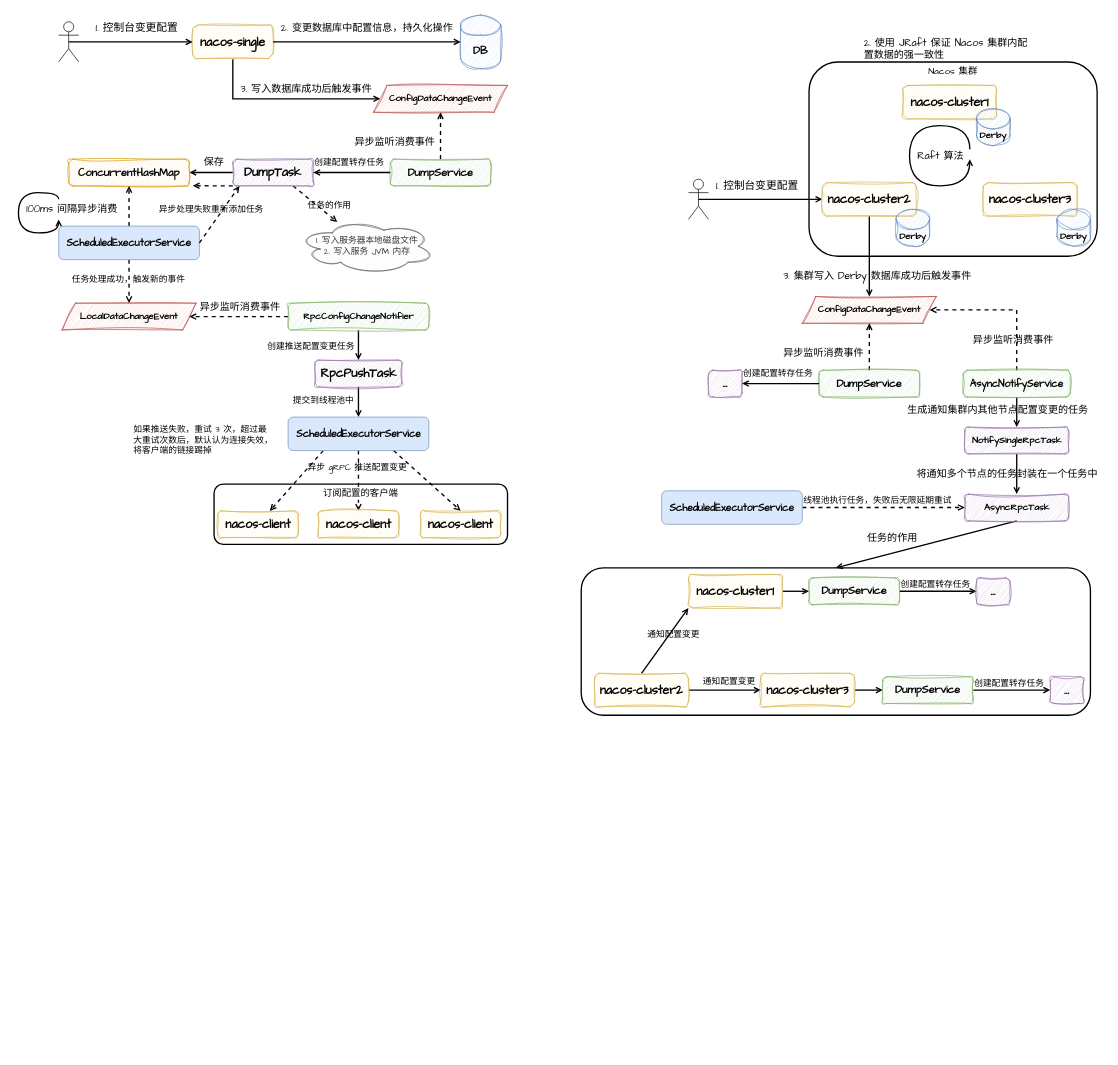
The draw.io diagram readme-doc/conf/nacos.drawio in FangYuan33/nacos, before the edit. Source tidied: cells renumbered, new cells numbered last; positions are measured from the earlier drawing's top-left corner, leaving out a move shared by most shapes. Both pictures are drawn from the tidied source at 67%, with x=0, y=0 at pixel (11, 11).
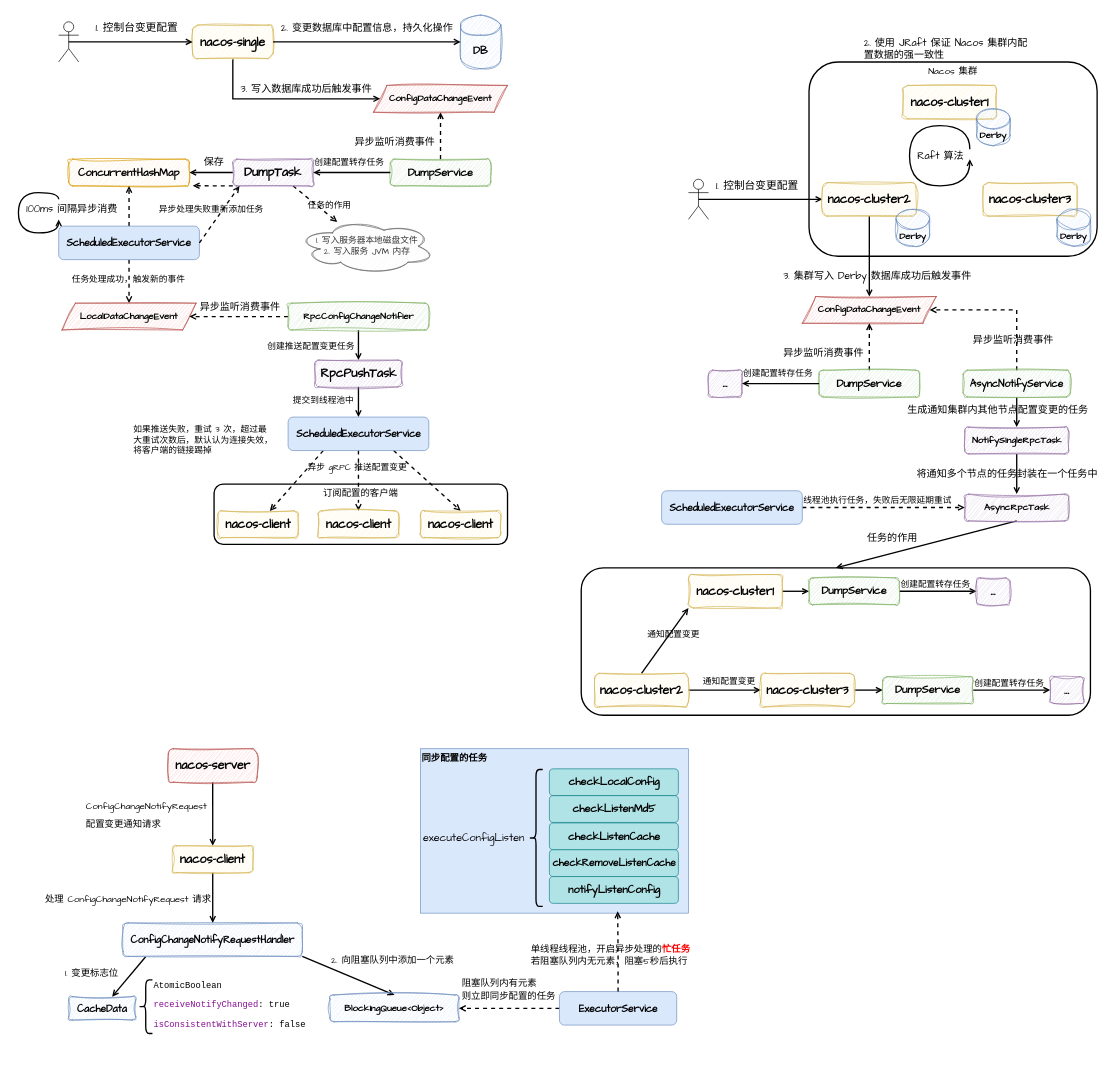
After the change.

The edit, as a diff of the source:
```diff
@@
+    <mxCell id="108" style="rounded=0;whiteSpace=wrap;html=1;strokeColor=none;" parent="1" vertex="1">
+      <mxGeometry x="40" y="1080" width="980" height="450" as="geometry" />
+    </mxCell>
@@
+    <mxCell id="109" style="edgeStyle=orthogonalEdgeStyle;shape=connector;rounded=0;jettySize=auto;html=1;exitX=0.5;exitY=1;exitDx=0;exitDy=0;entryX=0.5;entryY=0;entryDx=0;entryDy=0;strokeColor=default;strokeWidth=2;align=center;verticalAlign=middle;fontFamily=Helvetica;fontSize=11;fontColor=default;labelBackgroundColor=default;endArrow=open;endFill=0;" parent="1" edge="1" source="110" target="112">
+      <mxGeometry relative="1" as="geometry" />
+    </mxCell>
+    <mxCell id="110" value="&lt;div&gt;&lt;pre style=&quot;&quot;&gt;&lt;span&gt;&lt;font face=&quot;Comic Sans MS&quot; style=&quot;color: rgb(0, 0, 0); font-size: 18px;&quot;&gt;&lt;b style=&quot;&quot;&gt;nacos-server&lt;/b&gt;&lt;/font&gt;&lt;/span&gt;&lt;/pre&gt;&lt;/div&gt;" style="rounded=1;whiteSpace=wrap;html=1;fontFamily=Helvetica;fontSize=11;labelBackgroundColor=none;fillColor=#f8cecc;strokeColor=#b85450;sketch=1;curveFitting=1;jiggle=2;" parent="1" vertex="1">
+      <mxGeometry x="233.7" y="1100" width="132.5" height="50" as="geometry" />
+    </mxCell>
+    <mxCell id="111" style="edgeStyle=orthogonalEdgeStyle;shape=connector;rounded=0;jettySize=auto;html=1;exitX=0.5;exitY=1;exitDx=0;exitDy=0;strokeColor=default;strokeWidth=2;align=center;verticalAlign=middle;fontFamily=Helvetica;fontSize=11;fontColor=default;labelBackgroundColor=default;endArrow=open;endFill=0;" parent="1" edge="1" source="112" target="116">
+      <mxGeometry relative="1" as="geometry" />
+    </mxCell>
+    <mxCell id="112" value="&lt;b style=&quot;border-color: var(--border-color); font-size: 18px;&quot;&gt;&lt;font face=&quot;Comic Sans MS&quot;&gt;nacos-client&lt;/font&gt;&lt;/b&gt;" style="rounded=1;whiteSpace=wrap;html=1;fillColor=#fff2cc;strokeColor=#d6b656;sketch=1;curveFitting=1;jiggle=2;" parent="1" vertex="1">
+      <mxGeometry x="240" y="1245" width="120" height="40" as="geometry" />
+    </mxCell>
+    <mxCell id="113" value="&lt;pre style=&quot;&quot;&gt;&lt;span&gt;&lt;font face=&quot;Comic Sans MS&quot; style=&quot;font-size: 14px; color: rgb(0, 0, 0);&quot;&gt;ConfigChangeNotifyRequest&lt;/font&gt;&lt;/span&gt;&lt;/pre&gt;&lt;pre style=&quot;&quot;&gt;&lt;font face=&quot;Comic Sans MS&quot;&gt;&lt;span style=&quot;font-size: 14px;&quot;&gt;配置变更通知请求&lt;/span&gt;&lt;/font&gt;&lt;/pre&gt;" style="text;whiteSpace=wrap;html=1;fontFamily=Helvetica;fontSize=11;fontColor=default;labelBackgroundColor=none;" parent="1" vertex="1">
+      <mxGeometry x="109" y="1160" width="230" height="70" as="geometry" />
+    </mxCell>
+    <mxCell id="114" style="shape=connector;rounded=0;jettySize=auto;html=1;exitX=0.126;exitY=1.01;exitDx=0;exitDy=0;strokeColor=default;strokeWidth=2;align=center;verticalAlign=middle;fontFamily=Helvetica;fontSize=11;fontColor=default;labelBackgroundColor=default;endArrow=open;endFill=0;exitPerimeter=0;" parent="1" edge="1" source="116" target="118">
+      <mxGeometry relative="1" as="geometry" />
+    </mxCell>
+    <mxCell id="115" style="shape=connector;rounded=0;jettySize=auto;html=1;exitX=1;exitY=1;exitDx=0;exitDy=0;entryX=0.5;entryY=0;entryDx=0;entryDy=0;strokeColor=default;strokeWidth=2;align=center;verticalAlign=middle;fontFamily=Helvetica;fontSize=11;fontColor=default;labelBackgroundColor=default;endArrow=open;endFill=0;" parent="1" edge="1" source="116" target="123">
+      <mxGeometry relative="1" as="geometry" />
+    </mxCell>
+    <mxCell id="116" value="&lt;pre style=&quot;&quot;&gt;&lt;pre style=&quot;text-align: left;&quot;&gt;&lt;font style=&quot;color: rgb(0, 0, 0); font-size: 15px;&quot; face=&quot;Comic Sans MS&quot;&gt;&lt;b style=&quot;&quot;&gt;ConfigChangeNotifyRequestHandler&lt;/b&gt;&lt;/font&gt;&lt;/pre&gt;&lt;/pre&gt;" style="rounded=1;whiteSpace=wrap;html=1;fontFamily=Helvetica;fontSize=11;labelBackgroundColor=none;fillColor=#dae8fc;strokeColor=#6c8ebf;sketch=1;curveFitting=1;jiggle=2;" parent="1" vertex="1">
+      <mxGeometry x="166.2" y="1360" width="267.5" height="50" as="geometry" />
+    </mxCell>
+    <mxCell id="117" value="&lt;pre style=&quot;forced-color-adjust: none; color: rgb(0, 0, 0); font-size: 11px; font-style: normal; font-variant-ligatures: normal; font-variant-caps: normal; font-weight: 400; letter-spacing: normal; orphans: 2; text-align: left; text-indent: 0px; text-transform: none; widows: 2; word-spacing: 0px; -webkit-text-stroke-width: 0px; text-decoration-thickness: initial; text-decoration-style: initial; text-decoration-color: initial;&quot;&gt;&lt;span style=&quot;forced-color-adjust: none;&quot;&gt;&lt;font style=&quot;forced-color-adjust: none; font-size: 14px; color: rgb(0, 0, 0);&quot; face=&quot;Comic Sans MS&quot;&gt;处理 ConfigChangeNotifyRequest 请求&lt;/font&gt;&lt;/span&gt;&lt;/pre&gt;" style="text;whiteSpace=wrap;html=1;fontFamily=Helvetica;fontSize=11;fontColor=default;labelBackgroundColor=none;" parent="1" vertex="1">
+      <mxGeometry x="47.6" y="1300" width="280" height="60" as="geometry" />
+    </mxCell>
+    <mxCell id="118" value="&lt;pre style=&quot;&quot;&gt;&lt;pre style=&quot;text-align: left;&quot;&gt;&lt;font style=&quot;color: rgb(0, 0, 0); font-size: 15px;&quot; face=&quot;Comic Sans MS&quot;&gt;&lt;b style=&quot;&quot;&gt;CacheData&lt;/b&gt;&lt;/font&gt;&lt;/pre&gt;&lt;/pre&gt;" style="rounded=1;whiteSpace=wrap;html=1;fontFamily=Helvetica;fontSize=11;labelBackgroundColor=none;fillColor=#dae8fc;strokeColor=#6c8ebf;sketch=1;curveFitting=1;jiggle=2;" parent="1" vertex="1">
+      <mxGeometry x="85.1" y="1470" width="100" height="35" as="geometry" />
+    </mxCell>
+    <mxCell id="119" style="shape=curlyBracket;whiteSpace=wrap;html=1;rounded=1;labelPosition=left;verticalLabelPosition=middle;align=right;verticalAlign=middle;fontFamily=Helvetica;fontSize=11;fontColor=default;labelBackgroundColor=default;strokeWidth=2;" parent="1" vertex="1">
+      <mxGeometry x="190" y="1445" width="20" height="80" as="geometry" />
+    </mxCell>
+    <mxCell id="120" value="&lt;div style=&quot;background-color: rgb(255, 255, 255);&quot;&gt;&lt;pre style=&quot;font-family: &amp;quot;JetBrains Mono&amp;quot;, monospace; font-size: 9.8pt;&quot;&gt;&lt;div style=&quot;&quot;&gt;&lt;pre style=&quot;font-family: &amp;quot;JetBrains Mono&amp;quot;, monospace; font-size: 9.8pt;&quot;&gt;&lt;span style=&quot;color: rgb(0, 0, 0);&quot;&gt;AtomicBoolean &lt;/span&gt;&lt;/pre&gt;&lt;pre style=&quot;font-family: &amp;quot;JetBrains Mono&amp;quot;, monospace; font-size: 9.8pt;&quot;&gt;&lt;span style=&quot;color: rgb(135, 16, 148);&quot;&gt;receiveNotifyChanged&lt;/span&gt;&lt;span style=&quot;color: rgb(135, 16, 148);&quot;&gt;&lt;font style=&quot;color: rgb(0, 0, 0);&quot;&gt;: true&lt;/font&gt;&lt;/span&gt;&lt;/pre&gt;&lt;/div&gt;&lt;/pre&gt;&lt;/div&gt;" style="text;html=1;strokeColor=none;fillColor=none;align=left;verticalAlign=middle;whiteSpace=wrap;rounded=0;" parent="1" vertex="1">
+      <mxGeometry x="210" y="1440" width="220" height="55" as="geometry" />
+    </mxCell>
+    <mxCell id="121" value="&lt;div style=&quot;background-color: rgb(255, 255, 255);&quot;&gt;&lt;pre style=&quot;color: rgb(8, 8, 8); font-family: &amp;quot;JetBrains Mono&amp;quot;, monospace; font-size: 9.8pt;&quot;&gt;&lt;/pre&gt;&lt;pre style=&quot;font-family: &amp;quot;JetBrains Mono&amp;quot;, monospace; font-size: 9.8pt;&quot;&gt;&lt;span style=&quot;color: rgb(135, 16, 148);&quot;&gt;isConsistentWithServer&lt;/span&gt;&lt;span style=&quot;color: rgb(135, 16, 148);&quot;&gt;&lt;font style=&quot;color: rgb(0, 0, 0);&quot;&gt;: false&lt;/font&gt;&lt;/span&gt;&lt;/pre&gt;&lt;/div&gt;" style="text;whiteSpace=wrap;html=1;fontFamily=Helvetica;fontSize=11;fontColor=default;labelBackgroundColor=default;" parent="1" vertex="1">
+      <mxGeometry x="210" y="1485" width="320" height="70" as="geometry" />
+    </mxCell>
+    <mxCell id="122" value="&lt;pre style=&quot;forced-color-adjust: none; color: rgb(0, 0, 0); font-style: normal; font-variant-ligatures: normal; font-variant-caps: normal; font-weight: 400; letter-spacing: normal; orphans: 2; text-align: left; text-indent: 0px; text-transform: none; widows: 2; word-spacing: 0px; -webkit-text-stroke-width: 0px; text-decoration-thickness: initial; text-decoration-style: initial; text-decoration-color: initial;&quot;&gt;&lt;font face=&quot;Comic Sans MS&quot;&gt;&lt;span style=&quot;font-size: 14px;&quot;&gt;1. 变更标志位&lt;/span&gt;&lt;/font&gt;&lt;/pre&gt;" style="text;whiteSpace=wrap;html=1;fontFamily=Helvetica;fontSize=11;fontColor=default;labelBackgroundColor=none;" parent="1" vertex="1">
+      <mxGeometry x="77.6" y="1410" width="87.5" height="40" as="geometry" />
+    </mxCell>
+    <mxCell id="123" value="&lt;pre style=&quot;&quot;&gt;&lt;pre style=&quot;text-align: left;&quot;&gt;&lt;pre style=&quot;color: rgb(8, 8, 8);&quot;&gt;&lt;font style=&quot;font-size: 14px;&quot; face=&quot;Comic Sans MS&quot;&gt;&lt;b&gt;&lt;span style=&quot;color: rgb(0, 0, 0);&quot;&gt;BlockingQueue&lt;/span&gt;&amp;lt;&lt;span style=&quot;color: rgb(0, 0, 0);&quot;&gt;Object&lt;/span&gt;&amp;gt;&lt;/b&gt;&lt;/font&gt;&lt;/pre&gt;&lt;/pre&gt;&lt;/pre&gt;" style="rounded=1;whiteSpace=wrap;html=1;fontFamily=Helvetica;fontSize=11;labelBackgroundColor=none;fillColor=#dae8fc;strokeColor=#6c8ebf;sketch=1;curveFitting=1;jiggle=2;" parent="1" vertex="1">
+      <mxGeometry x="475.1" y="1467.5" width="192.4" height="40" as="geometry" />
+    </mxCell>
+    <mxCell id="124" value="&lt;pre style=&quot;forced-color-adjust: none; color: rgb(0, 0, 0); font-style: normal; font-variant-ligatures: normal; font-variant-caps: normal; font-weight: 400; letter-spacing: normal; orphans: 2; text-align: left; text-indent: 0px; text-transform: none; widows: 2; word-spacing: 0px; -webkit-text-stroke-width: 0px; text-decoration-thickness: initial; text-decoration-style: initial; text-decoration-color: initial;&quot;&gt;&lt;font face=&quot;Comic Sans MS&quot;&gt;&lt;span style=&quot;font-size: 14px;&quot;&gt;2. 向阻塞队列中添加一个元素&lt;/span&gt;&lt;/font&gt;&lt;/pre&gt;" style="text;whiteSpace=wrap;html=1;fontFamily=Helvetica;fontSize=11;fontColor=default;labelBackgroundColor=none;" parent="1" vertex="1">
+      <mxGeometry x="475.1" y="1390" width="87.5" height="40" as="geometry" />
+    </mxCell>
+    <mxCell id="125" style="edgeStyle=orthogonalEdgeStyle;shape=connector;rounded=0;jettySize=auto;html=1;exitX=0;exitY=0.5;exitDx=0;exitDy=0;entryX=1;entryY=0.5;entryDx=0;entryDy=0;strokeColor=default;strokeWidth=2;align=center;verticalAlign=middle;fontFamily=Helvetica;fontSize=11;fontColor=default;labelBackgroundColor=default;endArrow=open;endFill=0;dashed=1;" parent="1" edge="1" source="126" target="123">
+      <mxGeometry relative="1" as="geometry" />
+    </mxCell>
+    <mxCell id="126" value="&lt;div&gt;&lt;pre style=&quot;&quot;&gt;&lt;span&gt;&lt;font face=&quot;Comic Sans MS&quot; style=&quot;color: rgb(0, 0, 0); font-size: 15px;&quot;&gt;&lt;b style=&quot;&quot;&gt;ExecutorService&lt;/b&gt;&lt;/font&gt;&lt;/span&gt;&lt;/pre&gt;&lt;/div&gt;" style="rounded=1;whiteSpace=wrap;html=1;fontFamily=Helvetica;fontSize=11;labelBackgroundColor=none;fillColor=#dae8fc;strokeColor=#6c8ebf;" parent="1" vertex="1">
+      <mxGeometry x="817.5" y="1462.5" width="175" height="50" as="geometry" />
+    </mxCell>
+    <mxCell id="127" value="&lt;div style=&quot;line-height: 50%;&quot;&gt;&lt;pre style=&quot;forced-color-adjust: none; color: rgb(0, 0, 0); font-style: normal; font-variant-ligatures: normal; font-variant-caps: normal; font-weight: 400; letter-spacing: normal; orphans: 2; text-align: left; text-indent: 0px; text-transform: none; widows: 2; word-spacing: 0px; -webkit-text-stroke-width: 0px; text-decoration-thickness: initial; text-decoration-style: initial; text-decoration-color: initial;&quot;&gt;&lt;font face=&quot;Comic Sans MS&quot;&gt;&lt;span style=&quot;font-size: 14px; line-height: 50%;&quot;&gt;阻塞队列内有元素&lt;/span&gt;&lt;/font&gt;&lt;/pre&gt;&lt;pre style=&quot;forced-color-adjust: none; color: rgb(0, 0, 0); font-style: normal; font-variant-ligatures: normal; font-variant-caps: normal; font-weight: 400; letter-spacing: normal; orphans: 2; text-align: left; text-indent: 0px; text-transform: none; widows: 2; word-spacing: 0px; -webkit-text-stroke-width: 0px; text-decoration-thickness: initial; text-decoration-style: initial; text-decoration-color: initial;&quot;&gt;&lt;font face=&quot;Comic Sans MS&quot;&gt;&lt;span style=&quot;font-size: 14px; line-height: 50%;&quot;&gt;则立即同步配置的任务&lt;/span&gt;&lt;/font&gt;&lt;/pre&gt;&lt;/div&gt;" style="text;whiteSpace=wrap;html=1;fontFamily=Helvetica;fontSize=11;fontColor=default;labelBackgroundColor=none;" parent="1" vertex="1">
+      <mxGeometry x="670" y="1430" width="220" height="60" as="geometry" />
+    </mxCell>
+    <mxCell id="128" value="&lt;font face=&quot;Comic Sans MS&quot; style=&quot;font-size: 14px;&quot;&gt;&lt;b&gt;同步配置的任务&lt;/b&gt;&lt;/font&gt;" style="rounded=0;whiteSpace=wrap;html=1;fontFamily=Helvetica;fontSize=11;labelBackgroundColor=none;fillColor=#dae8fc;strokeColor=#6c8ebf;align=left;verticalAlign=top;horizontal=1;" parent="1" vertex="1">
+      <mxGeometry x="610" y="1100" width="400" height="245.4" as="geometry" />
+    </mxCell>
+    <mxCell id="129" value="&lt;font face=&quot;Comic Sans MS&quot;&gt;&lt;span style=&quot;font-size: 16px;&quot;&gt;&lt;b&gt;checkLocalConfig&lt;/b&gt;&lt;/span&gt;&lt;/font&gt;" style="rounded=1;whiteSpace=wrap;html=1;fillColor=#b0e3e6;strokeColor=#0e8088;" parent="1" vertex="1">
+      <mxGeometry x="802.5" y="1130" width="192.5" height="40" as="geometry" />
+    </mxCell>
+    <mxCell id="130" value="&lt;font face=&quot;Comic Sans MS&quot;&gt;&lt;span style=&quot;font-size: 16px;&quot;&gt;&lt;b&gt;checkListenMd5&lt;/b&gt;&lt;/span&gt;&lt;/font&gt;" style="rounded=1;whiteSpace=wrap;html=1;fillColor=#b0e3e6;strokeColor=#0e8088;" parent="1" vertex="1">
+      <mxGeometry x="802.5" y="1170" width="192.5" height="40" as="geometry" />
+    </mxCell>
+    <mxCell id="131" value="&lt;font face=&quot;Comic Sans MS&quot;&gt;&lt;span style=&quot;font-size: 16px;&quot;&gt;&lt;b&gt;checkListenCache&lt;/b&gt;&lt;/span&gt;&lt;/font&gt;" style="rounded=1;whiteSpace=wrap;html=1;fillColor=#b0e3e6;strokeColor=#0e8088;" parent="1" vertex="1">
+      <mxGeometry x="802.5" y="1210.8" width="192.5" height="40" as="geometry" />
+    </mxCell>
+    <mxCell id="132" value="&lt;b style=&quot;font-family: &amp;quot;Comic Sans MS&amp;quot;;&quot;&gt;&lt;font style=&quot;font-size: 15px;&quot;&gt;checkRemoveListenCache&lt;/font&gt;&lt;/b&gt;" style="rounded=1;whiteSpace=wrap;html=1;fillColor=#b0e3e6;strokeColor=#0e8088;" parent="1" vertex="1">
+      <mxGeometry x="802.5" y="1250.8" width="192.5" height="40" as="geometry" />
+    </mxCell>
+    <mxCell id="133" value="&lt;b style=&quot;font-family: &amp;quot;Comic Sans MS&amp;quot;; font-size: 16px;&quot;&gt;notifyListenConfig&lt;/b&gt;" style="rounded=1;whiteSpace=wrap;html=1;fillColor=#b0e3e6;strokeColor=#0e8088;" parent="1" vertex="1">
+      <mxGeometry x="802.5" y="1290.8" width="192.5" height="40" as="geometry" />
+    </mxCell>
+    <mxCell id="134" style="shape=curlyBracket;whiteSpace=wrap;html=1;rounded=1;labelPosition=left;verticalLabelPosition=middle;align=right;verticalAlign=middle;fontFamily=Helvetica;fontSize=11;fontColor=default;labelBackgroundColor=default;strokeWidth=2;" parent="1" vertex="1">
+      <mxGeometry x="772.5" y="1131" width="20" height="204.4" as="geometry" />
+    </mxCell>
+    <mxCell id="135" value="&lt;font face=&quot;Comic Sans MS&quot; style=&quot;font-size: 16px;&quot;&gt;executeConfigListen&lt;/font&gt;" style="text;html=1;strokeColor=none;fillColor=none;align=center;verticalAlign=middle;whiteSpace=wrap;rounded=0;" parent="1" vertex="1">
+      <mxGeometry x="620" y="1218.2" width="140" height="30" as="geometry" />
+    </mxCell>
+    <mxCell id="136" value="&lt;div style=&quot;line-height: 50%;&quot;&gt;&lt;pre style=&quot;forced-color-adjust: none; font-style: normal; font-variant-ligatures: normal; font-variant-caps: normal; letter-spacing: normal; orphans: 2; text-align: left; text-indent: 0px; text-transform: none; widows: 2; word-spacing: 0px; -webkit-text-stroke-width: 0px; text-decoration-thickness: initial; text-decoration-style: initial; text-decoration-color: initial;&quot;&gt;&lt;font style=&quot;font-size: 14px;&quot; face=&quot;Comic Sans MS&quot;&gt;单线程线程池，开启异步处理的&lt;b style=&quot;&quot;&gt;&lt;font style=&quot;color: rgb(255, 0, 0);&quot;&gt;忙任务&lt;/font&gt;&lt;/b&gt;&lt;/font&gt;&lt;/pre&gt;&lt;pre style=&quot;forced-color-adjust: none; font-style: normal; font-variant-ligatures: normal; font-variant-caps: normal; letter-spacing: normal; orphans: 2; text-align: left; text-indent: 0px; text-transform: none; widows: 2; word-spacing: 0px; -webkit-text-stroke-width: 0px; text-decoration-thickness: initial; text-decoration-style: initial; text-decoration-color: initial;&quot;&gt;&lt;font style=&quot;font-size: 14px;&quot; face=&quot;Comic Sans MS&quot;&gt;&lt;font style=&quot;color: rgb(0, 0, 0);&quot;&gt;若阻塞队列内无元素，阻塞5秒后执行&lt;/font&gt;&lt;/font&gt;&lt;/pre&gt;&lt;/div&gt;" style="text;whiteSpace=wrap;html=1;fontFamily=Helvetica;fontSize=11;fontColor=default;labelBackgroundColor=none;" parent="1" vertex="1">
+      <mxGeometry x="772.5" y="1380" width="220" height="40" as="geometry" />
+    </mxCell>
+    <mxCell id="137" style="edgeStyle=orthogonalEdgeStyle;shape=connector;rounded=0;jettySize=auto;html=1;exitX=0.5;exitY=0;exitDx=0;exitDy=0;entryX=0.736;entryY=0.989;entryDx=0;entryDy=0;entryPerimeter=0;strokeColor=default;strokeWidth=2;align=center;verticalAlign=middle;fontFamily=Helvetica;fontSize=11;fontColor=default;labelBackgroundColor=default;endArrow=open;endFill=0;dashed=1;" parent="1" edge="1" source="126" target="128">
+      <mxGeometry relative="1" as="geometry" />
+    </mxCell>
```
